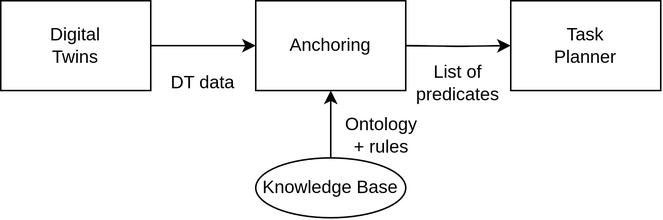
This is figures/Algo_simple_local.png from L2on1/Anchoring_Rapport, a draw.io export, as it was before one commit. Source tidied: cells renumbered, new cells last; positions are measured from the earlier drawing's top-left corner, leaving out a move shared by most shapes. Its diagram source:
```xml
<mxGraphModel>
  <root>
    <mxCell id="0" />
    <mxCell id="1" parent="0" />
    <mxCell id="2" style="edgeStyle=orthogonalEdgeStyle;rounded=0;jettySize=auto;html=1;entryX=0;entryY=0.5;entryDx=0;entryDy=0;" parent="1" edge="1" source="3">
      <mxGeometry relative="1" as="geometry">
        <mxPoint x="170" y="30" as="targetPoint" />
      </mxGeometry>
    </mxCell>
    <mxCell id="3" value="Digital&lt;br&gt;Twins" style="rounded=0;whiteSpace=wrap;html=1;" parent="1" vertex="1">
      <mxGeometry width="100" height="60" as="geometry" />
    </mxCell>
    <mxCell id="4" style="edgeStyle=orthogonalEdgeStyle;rounded=0;jettySize=auto;html=1;" parent="1" edge="1" target="5">
      <mxGeometry relative="1" as="geometry">
        <mxPoint x="270" y="30" as="sourcePoint" />
      </mxGeometry>
    </mxCell>
    <mxCell id="5" value="Task &lt;br&gt;Planner" style="rounded=0;whiteSpace=wrap;html=1;" parent="1" vertex="1">
      <mxGeometry x="340" width="100" height="60" as="geometry" />
    </mxCell>
    <mxCell id="6" value="DT data" style="text;html=1;strokeColor=none;fillColor=none;align=center;verticalAlign=middle;whiteSpace=wrap;rounded=0;" parent="1" vertex="1">
      <mxGeometry x="105" y="40" width="60" height="30" as="geometry" />
    </mxCell>
    <mxCell id="7" value="List of&lt;br style=&quot;border-color: var(--border-color);&quot;&gt;&lt;span style=&quot;&quot;&gt;predicates&lt;/span&gt;" style="text;html=1;strokeColor=none;fillColor=none;align=center;verticalAlign=middle;whiteSpace=wrap;rounded=0;" parent="1" vertex="1">
      <mxGeometry x="275" y="40" width="60" height="30" as="geometry" />
    </mxCell>
    <mxCell id="8" value="Anchoring" style="rounded=0;whiteSpace=wrap;html=1;" parent="1" vertex="1">
      <mxGeometry x="170" width="100" height="60" as="geometry" />
    </mxCell>
    <mxCell id="9" style="edgeStyle=orthogonalEdgeStyle;rounded=0;jettySize=auto;html=1;entryX=0.5;entryY=1;entryDx=0;entryDy=0;" parent="1" edge="1" source="10" target="8">
      <mxGeometry relative="1" as="geometry" />
    </mxCell>
    <mxCell id="10" value="Knowledge Base" style="ellipse;whiteSpace=wrap;html=1;" parent="1" vertex="1">
      <mxGeometry x="170" y="105" width="100" height="40" as="geometry" />
    </mxCell>
    <mxCell id="11" value="Ontology + rules" style="text;html=1;strokeColor=none;fillColor=none;align=center;verticalAlign=middle;whiteSpace=wrap;rounded=0;" parent="1" vertex="1">
      <mxGeometry x="224" y="75" width="60" height="30" as="geometry" />
    </mxCell>
  </root>
</mxGraphModel>
```
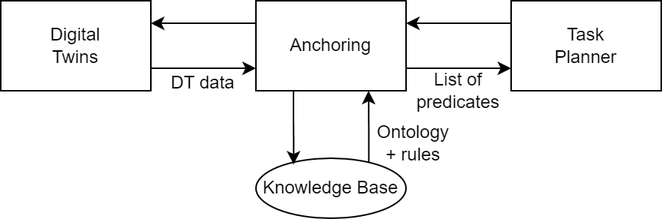
After the change.

Commit message:
Plan Updated Add latest figures Correction du fu français + orthographe Relecture

What changed in the source:
```diff
@@ -2,39 +2,49 @@
   <root>
     <mxCell id="0" />
     <mxCell id="1" parent="0" />
-    <mxCell id="2" style="edgeStyle=orthogonalEdgeStyle;rounded=0;jettySize=auto;html=1;entryX=0;entryY=0.5;entryDx=0;entryDy=0;" parent="1" edge="1" source="3">
-      <mxGeometry relative="1" as="geometry">
-        <mxPoint x="170" y="30" as="targetPoint" />
-      </mxGeometry>
+    <mxCell id="2" style="edgeStyle=orthogonalEdgeStyle;rounded=0;jettySize=auto;html=1;entryX=0;entryY=0.75;entryDx=0;entryDy=0;exitX=1;exitY=0.75;exitDx=0;exitDy=0;" parent="1" edge="1" source="3" target="10">
+      <mxGeometry relative="1" as="geometry" />
     </mxCell>
     <mxCell id="3" value="Digital&lt;br&gt;Twins" style="rounded=0;whiteSpace=wrap;html=1;" parent="1" vertex="1">
       <mxGeometry width="100" height="60" as="geometry" />
     </mxCell>
-    <mxCell id="4" style="edgeStyle=orthogonalEdgeStyle;rounded=0;jettySize=auto;html=1;" parent="1" edge="1" target="5">
+    <mxCell id="4" style="edgeStyle=orthogonalEdgeStyle;rounded=0;jettySize=auto;html=1;exitX=1;exitY=0.75;exitDx=0;exitDy=0;" parent="1" edge="1" source="10" target="6">
       <mxGeometry relative="1" as="geometry">
-        <mxPoint x="270" y="30" as="sourcePoint" />
+        <Array as="points">
+          <mxPoint x="290" y="45" />
+          <mxPoint x="290" y="45" />
+        </Array>
       </mxGeometry>
     </mxCell>
-    <mxCell id="5" value="Task &lt;br&gt;Planner" style="rounded=0;whiteSpace=wrap;html=1;" parent="1" vertex="1">
-      <mxGeometry x="340" width="100" height="60" as="geometry" />
+    <mxCell id="5" style="edgeStyle=orthogonalEdgeStyle;rounded=0;jettySize=auto;html=1;exitX=0;exitY=0.25;exitDx=0;exitDy=0;entryX=1;entryY=0.25;entryDx=0;entryDy=0;" parent="1" edge="1" source="6" target="10">
+      <mxGeometry relative="1" as="geometry" />
     </mxCell>
-    <mxCell id="6" value="DT data" style="text;html=1;strokeColor=none;fillColor=none;align=center;verticalAlign=middle;whiteSpace=wrap;rounded=0;" parent="1" vertex="1">
-      <mxGeometry x="105" y="40" width="60" height="30" as="geometry" />
+    <mxCell id="6" value="Task &lt;br&gt;Planner" style="rounded=0;whiteSpace=wrap;html=1;" parent="1" vertex="1">
+      <mxGeometry x="340" width="100" height="60" as="geometry" />
     </mxCell>
-    <mxCell id="7" value="List of&lt;br style=&quot;border-color: var(--border-color);&quot;&gt;&lt;span style=&quot;&quot;&gt;predicates&lt;/span&gt;" style="text;html=1;strokeColor=none;fillColor=none;align=center;verticalAlign=middle;whiteSpace=wrap;rounded=0;" parent="1" vertex="1">
-      <mxGeometry x="275" y="40" width="60" height="30" as="geometry" />
+    <mxCell id="7" value="DT data" style="text;html=1;strokeColor=none;fillColor=none;align=center;verticalAlign=middle;whiteSpace=wrap;rounded=0;" parent="1" vertex="1">
+      <mxGeometry x="105" y="40" width="60" height="30" as="geometry" />
     </mxCell>
-    <mxCell id="8" value="Anchoring" style="rounded=0;whiteSpace=wrap;html=1;" parent="1" vertex="1">
-      <mxGeometry x="170" width="100" height="60" as="geometry" />
+    <mxCell id="8" value="List of&lt;br style=&quot;border-color: var(--border-color);&quot;&gt;&lt;span style=&quot;&quot;&gt;predicates&lt;/span&gt;" style="text;html=1;strokeColor=none;fillColor=none;align=center;verticalAlign=middle;whiteSpace=wrap;rounded=0;" parent="1" vertex="1">
+      <mxGeometry x="275" y="45" width="60" height="30" as="geometry" />
     </mxCell>
-    <mxCell id="9" style="edgeStyle=orthogonalEdgeStyle;rounded=0;jettySize=auto;html=1;entryX=0.5;entryY=1;entryDx=0;entryDy=0;" parent="1" edge="1" source="10" target="8">
+    <mxCell id="9" style="edgeStyle=orthogonalEdgeStyle;rounded=0;jettySize=auto;html=1;exitX=0;exitY=0.25;exitDx=0;exitDy=0;entryX=1;entryY=0.25;entryDx=0;entryDy=0;" parent="1" edge="1" source="10" target="3">
       <mxGeometry relative="1" as="geometry" />
     </mxCell>
-    <mxCell id="10" value="Knowledge Base" style="ellipse;whiteSpace=wrap;html=1;" parent="1" vertex="1">
-      <mxGeometry x="170" y="105" width="100" height="40" as="geometry" />
+    <mxCell id="10" value="Anchoring" style="rounded=0;whiteSpace=wrap;html=1;" parent="1" vertex="1">
+      <mxGeometry x="170" width="100" height="60" as="geometry" />
     </mxCell>
-    <mxCell id="11" value="Ontology + rules" style="text;html=1;strokeColor=none;fillColor=none;align=center;verticalAlign=middle;whiteSpace=wrap;rounded=0;" parent="1" vertex="1">
-      <mxGeometry x="224" y="75" width="60" height="30" as="geometry" />
+    <mxCell id="11" style="edgeStyle=orthogonalEdgeStyle;rounded=0;jettySize=auto;html=1;entryX=0.75;entryY=1;entryDx=0;entryDy=0;exitX=0.751;exitY=0.068;exitDx=0;exitDy=0;exitPerimeter=0;" parent="1" edge="1" source="12" target="10">
+      <mxGeometry relative="1" as="geometry" />
     </mxCell>
+    <mxCell id="12" value="Knowledge Base" style="ellipse;whiteSpace=wrap;html=1;" parent="1" vertex="1">
+      <mxGeometry x="170" y="105" width="100" height="40" as="geometry" />
+    </mxCell>
+    <mxCell id="13" value="Ontology + rules" style="text;html=1;strokeColor=none;fillColor=none;align=center;verticalAlign=middle;whiteSpace=wrap;rounded=0;" parent="1" vertex="1">
+      <mxGeometry x="245" y="80" width="60" height="30" as="geometry" />
+    </mxCell>
+    <mxCell id="14" style="edgeStyle=orthogonalEdgeStyle;rounded=0;jettySize=auto;html=1;exitX=0.25;exitY=1;exitDx=0;exitDy=0;entryX=0.251;entryY=0.104;entryDx=0;entryDy=0;entryPerimeter=0;" parent="1" edge="1" source="10" target="12">
+      <mxGeometry relative="1" as="geometry" />
+    </mxCell>
   </root>
 </mxGraphModel>
```
